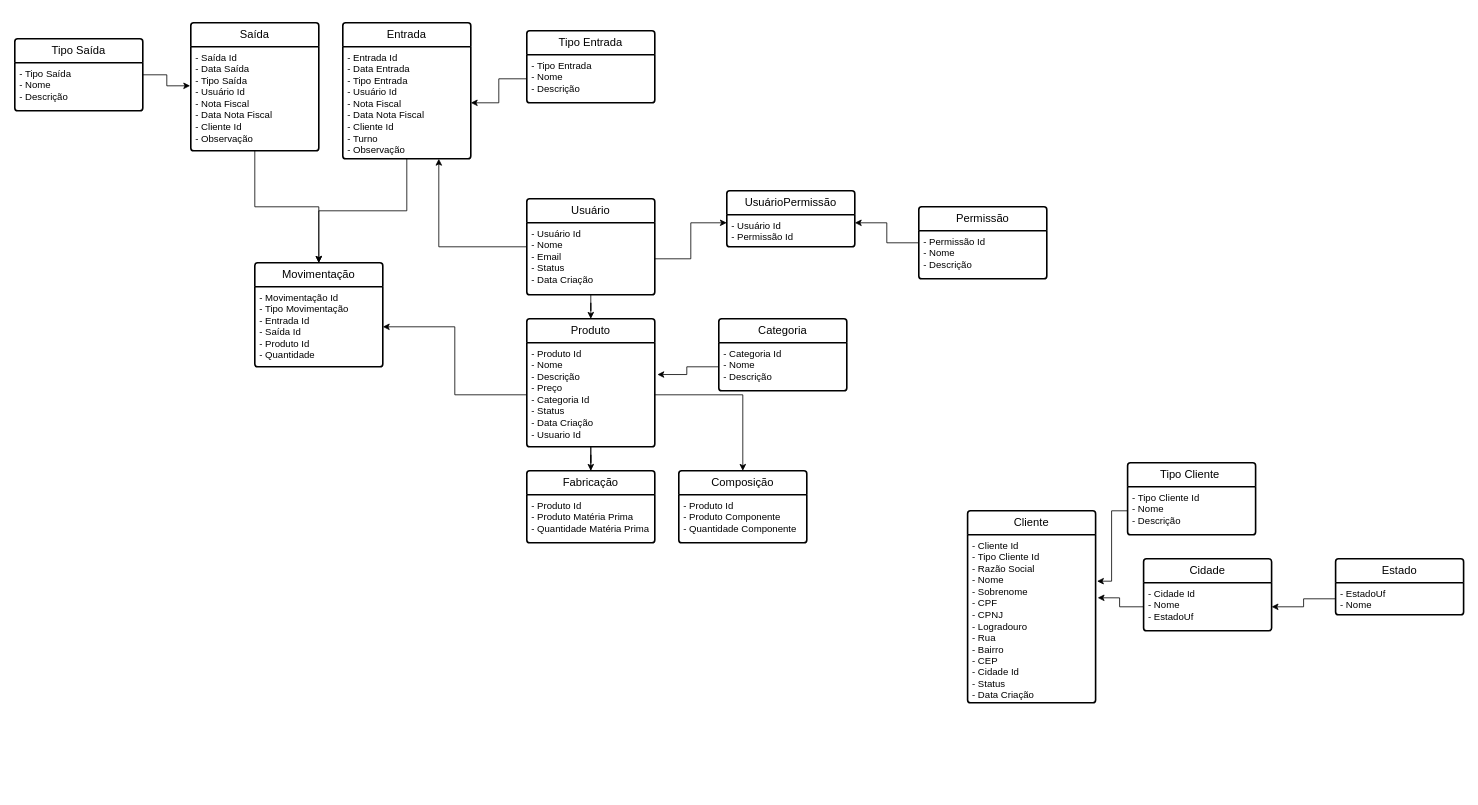
This is Documentação/Diagramas/Diagrama sem nome.drawio from Estoque-Facil/EstoqueFacil, a draw.io file, before an edit. Source tidied: cells renumbered, new cells numbered last; positions are measured from the earlier drawing's top-left corner, leaving out a move shared by most shapes. Both pictures are drawn from the tidied source at 80%, with x=0, y=0 at pixel (14, 22).
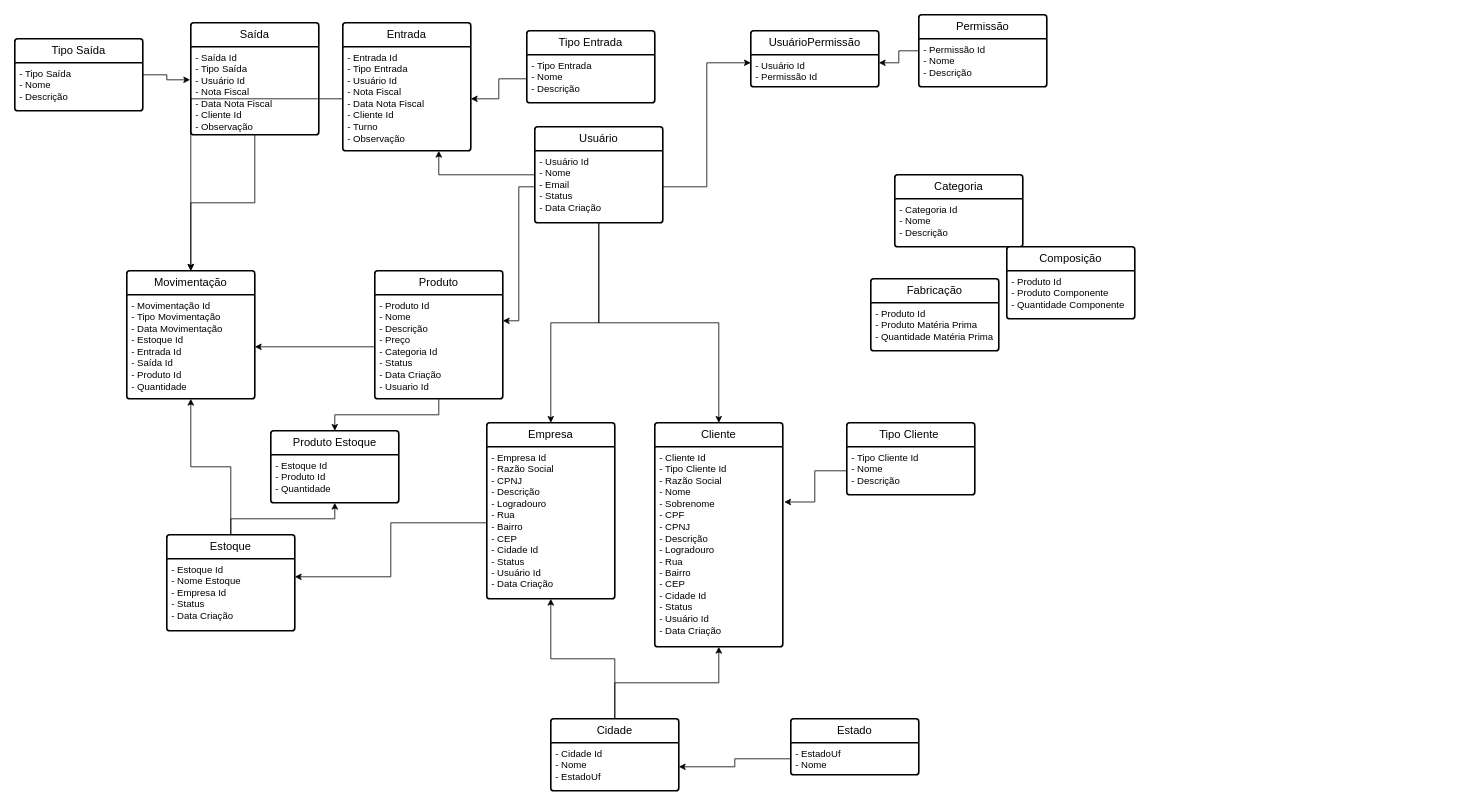
The same page after the edit.

Unchanged cells that the change refers to:
```xml
<mxCell id="5" value="- Usuário Id&lt;div&gt;- Nome&lt;/div&gt;&lt;div&gt;- Email&lt;/div&gt;&lt;div&gt;- Status&lt;/div&gt;&lt;div&gt;- Data Criação&lt;/div&gt;" style="align=left;strokeColor=none;fillColor=none;spacingLeft=4;fontSize=12;verticalAlign=top;html=1;" parent="4" vertex="1">
  <mxGeometry y="30" width="160" height="90" as="geometry" />
</mxCell>
<mxCell id="17" value="- Cidade Id&lt;div&gt;- Nome&lt;/div&gt;&lt;div&gt;- EstadoUf&lt;/div&gt;" style="align=left;strokeColor=none;fillColor=none;spacingLeft=4;fontSize=12;verticalAlign=top;html=1;" parent="16" vertex="1">
  <mxGeometry y="30" width="160" height="60" as="geometry" />
</mxCell>
<mxCell id="23" value="- Produto Id&lt;div&gt;- Nome&lt;/div&gt;&lt;div&gt;- Descrição&lt;/div&gt;&lt;div&gt;- Preço&lt;/div&gt;&lt;div&gt;- Categoria Id&lt;/div&gt;&lt;div&gt;- Status&lt;/div&gt;&lt;div&gt;- Data Criação&lt;/div&gt;&lt;div&gt;- Usuario Id&lt;/div&gt;" style="align=left;strokeColor=none;fillColor=none;spacingLeft=4;fontSize=12;verticalAlign=top;html=1;" parent="22" vertex="1">
  <mxGeometry y="30" width="160" height="130" as="geometry" />
</mxCell>
<mxCell id="25" value="- Categoria Id&lt;div&gt;- Nome&lt;/div&gt;&lt;div&gt;- Descrição&lt;/div&gt;" style="align=left;strokeColor=none;fillColor=none;spacingLeft=4;fontSize=12;verticalAlign=top;html=1;" parent="24" vertex="1">
  <mxGeometry y="30" width="160" height="60" as="geometry" />
</mxCell>
<mxCell id="27" value="- Produto Id&lt;div&gt;- Produto Matéria Prima&amp;nbsp;&lt;/div&gt;&lt;div&gt;- Quantidade Matéria Prima&lt;/div&gt;" style="align=left;strokeColor=none;fillColor=none;spacingLeft=4;fontSize=12;verticalAlign=top;html=1;" parent="26" vertex="1">
  <mxGeometry y="30" width="160" height="60" as="geometry" />
</mxCell>
```

Diff of the diagram source:
```diff
@@
-    <mxCell id="2" style="edgeStyle=orthogonalEdgeStyle;rounded=0;jettySize=auto;html=1;" parent="1" edge="1" source="4" target="22">
-      <mxGeometry relative="1" as="geometry" />
-    </mxCell>
@@
     <mxCell id="4" value="Usuário" style="swimlane;horizontal=1;startSize=30;rounded=1;fontSize=14;fontStyle=0;strokeWidth=2;shadow=0;dashed=0;align=center;arcSize=4;whiteSpace=wrap;html=1;" parent="1" vertex="1">
-      <mxGeometry x="640" y="220" width="160" height="120" as="geometry" />
+      <mxGeometry x="650" y="130" width="160" height="120" as="geometry" />
     </mxCell>
@@
     <mxCell id="7" value="Permissão" style="swimlane;horizontal=1;startSize=30;rounded=1;fontSize=14;fontStyle=0;strokeWidth=2;shadow=0;dashed=0;align=center;arcSize=4;whiteSpace=wrap;html=1;" parent="1" vertex="1">
-      <mxGeometry x="1130" y="230" width="160" height="90" as="geometry" />
+      <mxGeometry x="1130" y="-10" width="160" height="90" as="geometry" />
     </mxCell>
@@
     <mxCell id="9" value="UsuárioPermissão" style="swimlane;horizontal=1;startSize=30;rounded=1;fontSize=14;fontStyle=0;strokeWidth=2;shadow=0;dashed=0;align=center;arcSize=4;whiteSpace=wrap;html=1;" parent="1" vertex="1">
-      <mxGeometry x="890" y="210" width="160" height="70" as="geometry" />
+      <mxGeometry x="920" y="10" width="160" height="70" as="geometry" />
     </mxCell>
@@
     <mxCell id="12" value="Cliente" style="swimlane;horizontal=1;startSize=30;rounded=1;fontSize=14;fontStyle=0;strokeWidth=2;shadow=0;dashed=0;align=center;arcSize=4;whiteSpace=wrap;html=1;" parent="1" vertex="1">
-      <mxGeometry x="1191" y="610" width="160" height="240" as="geometry" />
+      <mxGeometry x="800" y="500" width="160" height="280" as="geometry" />
     </mxCell>
-    <mxCell id="13" value="- Cliente Id&lt;div&gt;- Tipo Cliente Id&lt;br&gt;&lt;div&gt;- Razão Social&lt;/div&gt;&lt;div&gt;- Nome&lt;/div&gt;&lt;div&gt;- Sobrenome&lt;/div&gt;&lt;div&gt;- CPF&lt;/div&gt;&lt;div&gt;- CPNJ&lt;/div&gt;&lt;div&gt;- Logradouro&lt;/div&gt;&lt;div&gt;- Rua&lt;/div&gt;&lt;div&gt;- Bairro&lt;/div&gt;&lt;div&gt;- CEP&lt;/div&gt;&lt;div&gt;- Cidade Id&lt;/div&gt;&lt;div&gt;- Status&lt;/div&gt;&lt;div&gt;- Data Criação&lt;/div&gt;&lt;div&gt;&lt;br&gt;&lt;/div&gt;&lt;/div&gt;" style="align=left;strokeColor=none;fillColor=none;spacingLeft=4;fontSize=12;verticalAlign=top;html=1;" parent="12" vertex="1">
-      <mxGeometry y="30" width="160" height="210" as="geometry" />
+    <mxCell id="13" value="- Cliente Id&lt;div&gt;- Tipo Cliente Id&lt;div&gt;- Razão Social&lt;/div&gt;&lt;div&gt;- Nome&lt;/div&gt;&lt;div&gt;- Sobrenome&lt;/div&gt;&lt;div&gt;- CPF&lt;/div&gt;&lt;div&gt;- CPNJ&lt;/div&gt;&lt;div&gt;- Descrição&lt;/div&gt;&lt;div&gt;- Logradouro&lt;/div&gt;&lt;div&gt;- Rua&lt;/div&gt;&lt;div&gt;- Bairro&lt;/div&gt;&lt;div&gt;- CEP&lt;/div&gt;&lt;div&gt;- Cidade Id&lt;/div&gt;&lt;div&gt;- Status&lt;/div&gt;&lt;div&gt;- Usuário Id&lt;/div&gt;&lt;div&gt;&lt;span style=&quot;background-color: initial;&quot;&gt;- Data Criação&lt;/span&gt;&amp;nbsp;&lt;/div&gt;&lt;div&gt;&lt;br&gt;&lt;/div&gt;&lt;/div&gt;" style="align=left;strokeColor=none;fillColor=none;spacingLeft=4;fontSize=12;verticalAlign=top;html=1;" parent="12" vertex="1">
+      <mxGeometry y="30" width="160" height="250" as="geometry" />
     </mxCell>
     <mxCell id="14" value="Tipo Cliente&amp;nbsp;" style="swimlane;horizontal=1;startSize=30;rounded=1;fontSize=14;fontStyle=0;strokeWidth=2;shadow=0;dashed=0;align=center;arcSize=4;whiteSpace=wrap;html=1;" parent="1" vertex="1">
-      <mxGeometry x="1391" y="550" width="160" height="90" as="geometry" />
+      <mxGeometry x="1040" y="500" width="160" height="90" as="geometry" />
     </mxCell>
@@
+    <mxCell id="50" style="edgeStyle=orthogonalEdgeStyle;rounded=0;jettySize=auto;html=1;entryX=0.5;entryY=1;entryDx=0;entryDy=0;" parent="1" edge="1" source="16" target="58">
+      <mxGeometry relative="1" as="geometry" />
+    </mxCell>
+    <mxCell id="51" style="edgeStyle=orthogonalEdgeStyle;rounded=0;jettySize=auto;html=1;entryX=0.5;entryY=1;entryDx=0;entryDy=0;" parent="1" edge="1" source="16" target="13">
+      <mxGeometry relative="1" as="geometry" />
+    </mxCell>
     <mxCell id="16" value="Cidade" style="swimlane;horizontal=1;startSize=30;rounded=1;fontSize=14;fontStyle=0;strokeWidth=2;shadow=0;dashed=0;align=center;arcSize=4;whiteSpace=wrap;html=1;" parent="1" vertex="1">
-      <mxGeometry x="1411" y="670" width="160" height="90" as="geometry" />
+      <mxGeometry x="670" y="870" width="160" height="90" as="geometry" />
     </mxCell>
@@
     <mxCell id="18" value="Estado" style="swimlane;horizontal=1;startSize=30;rounded=1;fontSize=14;fontStyle=0;strokeWidth=2;shadow=0;dashed=0;align=center;arcSize=4;whiteSpace=wrap;html=1;" parent="1" vertex="1">
-      <mxGeometry x="1651" y="670" width="160" height="70" as="geometry" />
+      <mxGeometry x="970" y="870" width="160" height="70" as="geometry" />
     </mxCell>
@@
-    <mxCell id="20" style="edgeStyle=orthogonalEdgeStyle;rounded=0;jettySize=auto;html=1;" parent="1" edge="1" source="22" target="26">
-      <mxGeometry relative="1" as="geometry" />
-    </mxCell>
-    <mxCell id="21" style="edgeStyle=orthogonalEdgeStyle;rounded=0;jettySize=auto;html=1;" parent="1" edge="1" source="22" target="27">
-      <mxGeometry relative="1" as="geometry" />
-    </mxCell>
+    <mxCell id="52" style="edgeStyle=orthogonalEdgeStyle;rounded=0;jettySize=auto;html=1;" parent="1" edge="1" source="22" target="63">
+      <mxGeometry relative="1" as="geometry" />
+    </mxCell>
     <mxCell id="22" value="Produto" style="swimlane;horizontal=1;startSize=30;rounded=1;fontSize=14;fontStyle=0;strokeWidth=2;shadow=0;dashed=0;align=center;arcSize=4;whiteSpace=wrap;html=1;" parent="1" vertex="1">
-      <mxGeometry x="640" y="370" width="160" height="160" as="geometry" />
+      <mxGeometry x="450" y="310" width="160" height="160" as="geometry" />
     </mxCell>
@@
     <mxCell id="24" value="Categoria" style="swimlane;horizontal=1;startSize=30;rounded=1;fontSize=14;fontStyle=0;strokeWidth=2;shadow=0;dashed=0;align=center;arcSize=4;whiteSpace=wrap;html=1;" parent="1" vertex="1">
-      <mxGeometry x="880" y="370" width="160" height="90" as="geometry" />
+      <mxGeometry x="1100" y="190" width="160" height="90" as="geometry" />
     </mxCell>
@@
     <mxCell id="26" value="Fabricação" style="swimlane;horizontal=1;startSize=30;rounded=1;fontSize=14;fontStyle=0;strokeWidth=2;shadow=0;dashed=0;align=center;arcSize=4;whiteSpace=wrap;html=1;" parent="1" vertex="1">
-      <mxGeometry x="640" y="560" width="160" height="90" as="geometry" />
+      <mxGeometry x="1070" y="320" width="160" height="90" as="geometry" />
     </mxCell>
@@
     <mxCell id="28" value="Composição" style="swimlane;horizontal=1;startSize=30;rounded=1;fontSize=14;fontStyle=0;strokeWidth=2;shadow=0;dashed=0;align=center;arcSize=4;whiteSpace=wrap;html=1;" parent="1" vertex="1">
-      <mxGeometry x="830" y="560" width="160" height="90" as="geometry" />
+      <mxGeometry x="1240" y="280" width="160" height="90" as="geometry" />
     </mxCell>
@@
-    <mxCell id="30" style="edgeStyle=orthogonalEdgeStyle;rounded=0;jettySize=auto;html=1;entryX=0.5;entryY=0;entryDx=0;entryDy=0;" parent="1" edge="1" source="23" target="28">
-      <mxGeometry relative="1" as="geometry" />
-    </mxCell>
     <mxCell id="31" value="Entrada" style="swimlane;horizontal=1;startSize=30;rounded=1;fontSize=14;fontStyle=0;strokeWidth=2;shadow=0;dashed=0;align=center;arcSize=4;whiteSpace=wrap;html=1;" parent="1" vertex="1">
-      <mxGeometry x="410" width="160" height="170" as="geometry" />
+      <mxGeometry x="410" width="160" height="160" as="geometry" />
     </mxCell>
-    <mxCell id="32" value="- Entrada Id&lt;div&gt;- Data Entrada&lt;/div&gt;&lt;div&gt;- Tipo Entrada&lt;/div&gt;&lt;div&gt;- Usuário Id&lt;br&gt;&lt;/div&gt;&lt;div&gt;- Nota Fiscal&lt;/div&gt;&lt;div&gt;- Data Nota Fiscal&lt;/div&gt;&lt;div&gt;- Cliente Id&lt;/div&gt;&lt;div&gt;- Turno&lt;/div&gt;&lt;div&gt;- Observação&lt;/div&gt;" style="align=left;strokeColor=none;fillColor=none;spacingLeft=4;fontSize=12;verticalAlign=top;html=1;" parent="31" vertex="1">
-      <mxGeometry y="30" width="160" height="140" as="geometry" />
+    <mxCell id="32" value="- Entrada Id&lt;div&gt;- Tipo Entrada&lt;/div&gt;&lt;div&gt;- Usuário Id&lt;br&gt;&lt;/div&gt;&lt;div&gt;- Nota Fiscal&lt;/div&gt;&lt;div&gt;- Data Nota Fiscal&lt;/div&gt;&lt;div&gt;- Cliente Id&lt;/div&gt;&lt;div&gt;- Turno&lt;/div&gt;&lt;div&gt;- Observação&lt;/div&gt;" style="align=left;strokeColor=none;fillColor=none;spacingLeft=4;fontSize=12;verticalAlign=top;html=1;" parent="31" vertex="1">
+      <mxGeometry y="30" width="160" height="130" as="geometry" />
     </mxCell>
     <mxCell id="33" value="Saída" style="swimlane;horizontal=1;startSize=30;rounded=1;fontSize=14;fontStyle=0;strokeWidth=2;shadow=0;dashed=0;align=center;arcSize=4;whiteSpace=wrap;html=1;" parent="1" vertex="1">
-      <mxGeometry x="220" width="160" height="160" as="geometry" />
+      <mxGeometry x="220" width="160" height="140" as="geometry" />
     </mxCell>
-    <mxCell id="34" value="- Saída Id&lt;div&gt;- Data Saída&lt;/div&gt;&lt;div&gt;- Tipo Saída&lt;/div&gt;&lt;div&gt;- Usuário Id&lt;br&gt;&lt;/div&gt;&lt;div&gt;- Nota Fiscal&lt;/div&gt;&lt;div&gt;- Data Nota Fiscal&lt;/div&gt;&lt;div&gt;- Cliente Id&lt;/div&gt;&lt;div&gt;- Observação&lt;/div&gt;" style="align=left;strokeColor=none;fillColor=none;spacingLeft=4;fontSize=12;verticalAlign=top;html=1;" parent="33" vertex="1">
-      <mxGeometry y="30" width="160" height="130" as="geometry" />
+    <mxCell id="34" value="- Saída Id&lt;div&gt;- Tipo Saída&lt;/div&gt;&lt;div&gt;- Usuário Id&lt;br&gt;&lt;/div&gt;&lt;div&gt;- Nota Fiscal&lt;/div&gt;&lt;div&gt;- Data Nota Fiscal&lt;/div&gt;&lt;div&gt;- Cliente Id&lt;/div&gt;&lt;div&gt;- Observação&lt;/div&gt;" style="align=left;strokeColor=none;fillColor=none;spacingLeft=4;fontSize=12;verticalAlign=top;html=1;" parent="33" vertex="1">
+      <mxGeometry y="30" width="160" height="110" as="geometry" />
     </mxCell>
@@
     <mxCell id="39" value="Movimentação" style="swimlane;horizontal=1;startSize=30;rounded=1;fontSize=14;fontStyle=0;strokeWidth=2;shadow=0;dashed=0;align=center;arcSize=4;whiteSpace=wrap;html=1;" parent="1" vertex="1">
-      <mxGeometry x="300" y="300" width="160" height="130" as="geometry" />
+      <mxGeometry x="140" y="310" width="160" height="160" as="geometry" />
     </mxCell>
-    <mxCell id="40" value="- Movimentação Id&lt;div&gt;- Tipo Movimentação&lt;/div&gt;&lt;div&gt;- Entrada Id&lt;/div&gt;&lt;div&gt;- Saída Id&lt;/div&gt;&lt;div&gt;- Produto Id&lt;/div&gt;&lt;div&gt;- Quantidade&lt;/div&gt;" style="align=left;strokeColor=none;fillColor=none;spacingLeft=4;fontSize=12;verticalAlign=top;html=1;" parent="39" vertex="1">
-      <mxGeometry y="30" width="160" height="100" as="geometry" />
+    <mxCell id="40" value="- Movimentação Id&lt;div&gt;- Tipo Movimentação&lt;/div&gt;&lt;div&gt;- Data Movimentação&lt;/div&gt;&lt;div&gt;- Estoque Id&lt;/div&gt;&lt;div&gt;- Entrada Id&lt;/div&gt;&lt;div&gt;- Saída Id&lt;/div&gt;&lt;div&gt;- Produto Id&lt;/div&gt;&lt;div&gt;- Quantidade&lt;/div&gt;" style="align=left;strokeColor=none;fillColor=none;spacingLeft=4;fontSize=12;verticalAlign=top;html=1;" parent="39" vertex="1">
+      <mxGeometry y="30" width="160" height="130" as="geometry" />
     </mxCell>
@@
-    <mxCell id="42" style="edgeStyle=orthogonalEdgeStyle;rounded=0;jettySize=auto;html=1;entryX=1.016;entryY=0.375;entryDx=0;entryDy=0;entryPerimeter=0;" parent="1" edge="1" source="17" target="13">
-      <mxGeometry relative="1" as="geometry" />
-    </mxCell>
@@
-    <mxCell id="44" style="edgeStyle=orthogonalEdgeStyle;rounded=0;jettySize=auto;html=1;entryX=1.02;entryY=0.305;entryDx=0;entryDy=0;entryPerimeter=0;" parent="1" edge="1" source="25" target="23">
-      <mxGeometry relative="1" as="geometry" />
-    </mxCell>
@@
+    <mxCell id="53" style="edgeStyle=orthogonalEdgeStyle;rounded=0;jettySize=auto;html=1;entryX=0.5;entryY=1;entryDx=0;entryDy=0;" parent="1" edge="1" source="55" target="40">
+      <mxGeometry relative="1" as="geometry" />
+    </mxCell>
+    <mxCell id="54" style="edgeStyle=orthogonalEdgeStyle;rounded=0;jettySize=auto;html=1;" parent="1" edge="1" source="55" target="63">
+      <mxGeometry relative="1" as="geometry" />
+    </mxCell>
+    <mxCell id="55" value="Estoque" style="swimlane;horizontal=1;startSize=30;rounded=1;fontSize=14;fontStyle=0;strokeWidth=2;shadow=0;dashed=0;align=center;arcSize=4;whiteSpace=wrap;html=1;" parent="1" vertex="1">
+      <mxGeometry x="190" y="640" width="160" height="120" as="geometry" />
+    </mxCell>
+    <mxCell id="56" value="- Estoque Id&lt;div&gt;- Nome Estoque&lt;/div&gt;&lt;div&gt;- Empresa Id&lt;/div&gt;&lt;div&gt;- Status&lt;/div&gt;&lt;div&gt;- Data Criação&lt;/div&gt;" style="align=left;strokeColor=none;fillColor=none;spacingLeft=4;fontSize=12;verticalAlign=top;html=1;" parent="55" vertex="1">
+      <mxGeometry y="30" width="160" height="90" as="geometry" />
+    </mxCell>
+    <mxCell id="57" value="Empresa" style="swimlane;horizontal=1;startSize=30;rounded=1;fontSize=14;fontStyle=0;strokeWidth=2;shadow=0;dashed=0;align=center;arcSize=4;whiteSpace=wrap;html=1;" parent="1" vertex="1">
+      <mxGeometry x="590" y="500" width="160" height="220" as="geometry" />
+    </mxCell>
+    <mxCell id="58" value="- Empresa Id&lt;div&gt;- Razão Social&lt;/div&gt;&lt;div&gt;- CPNJ&lt;/div&gt;&lt;div&gt;- Descrição&lt;/div&gt;&lt;div&gt;- Logradouro&lt;/div&gt;&lt;div&gt;- Rua&lt;/div&gt;&lt;div&gt;- Bairro&lt;/div&gt;&lt;div&gt;- CEP&lt;/div&gt;&lt;div&gt;- Cidade Id&lt;/div&gt;&lt;div&gt;- Status&lt;/div&gt;&lt;div&gt;- Usuário Id&lt;/div&gt;&lt;div&gt;&lt;span style=&quot;background-color: initial;&quot;&gt;- Data Criação&lt;/span&gt;&amp;nbsp;&lt;/div&gt;" style="align=left;strokeColor=none;fillColor=none;spacingLeft=4;fontSize=12;verticalAlign=top;html=1;" parent="57" vertex="1">
+      <mxGeometry y="30" width="160" height="190" as="geometry" />
+    </mxCell>
+    <mxCell id="59" style="edgeStyle=orthogonalEdgeStyle;rounded=0;jettySize=auto;html=1;entryX=1;entryY=0.25;entryDx=0;entryDy=0;" parent="1" edge="1" source="58" target="56">
+      <mxGeometry relative="1" as="geometry" />
+    </mxCell>
+    <mxCell id="60" style="edgeStyle=orthogonalEdgeStyle;rounded=0;jettySize=auto;html=1;entryX=0.5;entryY=0;entryDx=0;entryDy=0;" parent="1" edge="1" source="5" target="57">
+      <mxGeometry relative="1" as="geometry" />
+    </mxCell>
+    <mxCell id="61" style="edgeStyle=orthogonalEdgeStyle;rounded=0;jettySize=auto;html=1;entryX=0.5;entryY=0;entryDx=0;entryDy=0;" parent="1" edge="1" source="5" target="12">
+      <mxGeometry relative="1" as="geometry" />
+    </mxCell>
+    <mxCell id="62" style="edgeStyle=orthogonalEdgeStyle;rounded=0;jettySize=auto;html=1;entryX=1;entryY=0.25;entryDx=0;entryDy=0;" parent="1" edge="1" source="5" target="23">
+      <mxGeometry relative="1" as="geometry" />
+    </mxCell>
+    <mxCell id="63" value="Produto Estoque" style="swimlane;horizontal=1;startSize=30;rounded=1;fontSize=14;fontStyle=0;strokeWidth=2;shadow=0;dashed=0;align=center;arcSize=4;whiteSpace=wrap;html=1;" parent="1" vertex="1">
+      <mxGeometry x="320" y="510" width="160" height="90" as="geometry" />
+    </mxCell>
+    <mxCell id="64" value="&lt;div&gt;&lt;span style=&quot;background-color: initial;&quot;&gt;- Estoque Id&lt;/span&gt;&lt;br&gt;&lt;/div&gt;&lt;div&gt;- Produto Id&lt;/div&gt;&lt;div&gt;- Quantidade&amp;nbsp;&lt;/div&gt;" style="align=left;strokeColor=none;fillColor=none;spacingLeft=4;fontSize=12;verticalAlign=top;html=1;" parent="63" vertex="1">
+      <mxGeometry y="30" width="160" height="60" as="geometry" />
+    </mxCell>
```
